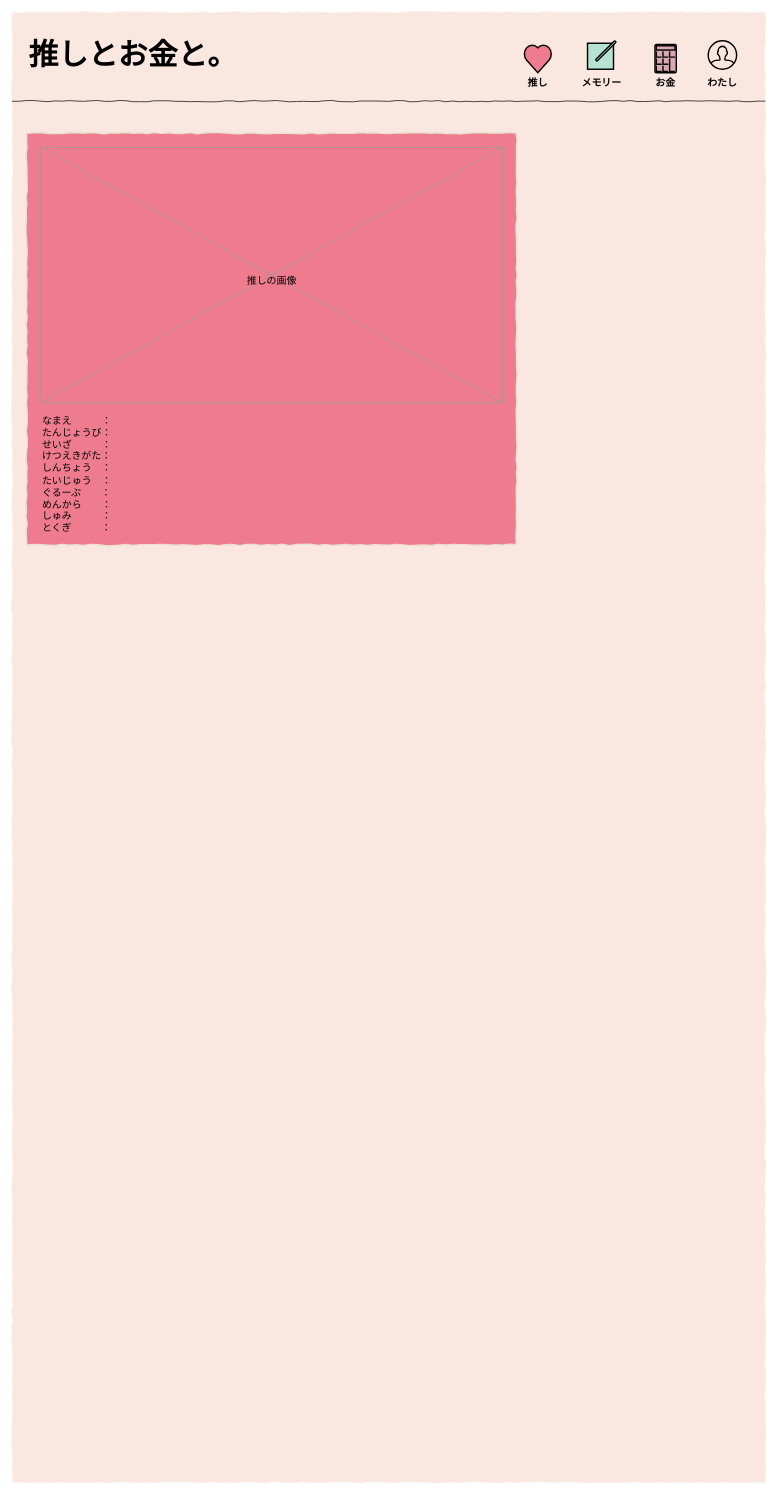
Earlier version of the draw.io diagram page "メモリー" (3 of 4) of Untitled Diagram.drawio (yuko-miyamoto/Laravel_10). Source tidied: cells renumbered, new cells numbered last; positions are measured from the earlier drawing's top-left corner, leaving out a move shared by most shapes. Both pictures are drawn from the tidied source at 71%, with x=0, y=0 at pixel (12, 12). Pictures stored in the file or linked from it are replaced by grey dashed boxes.
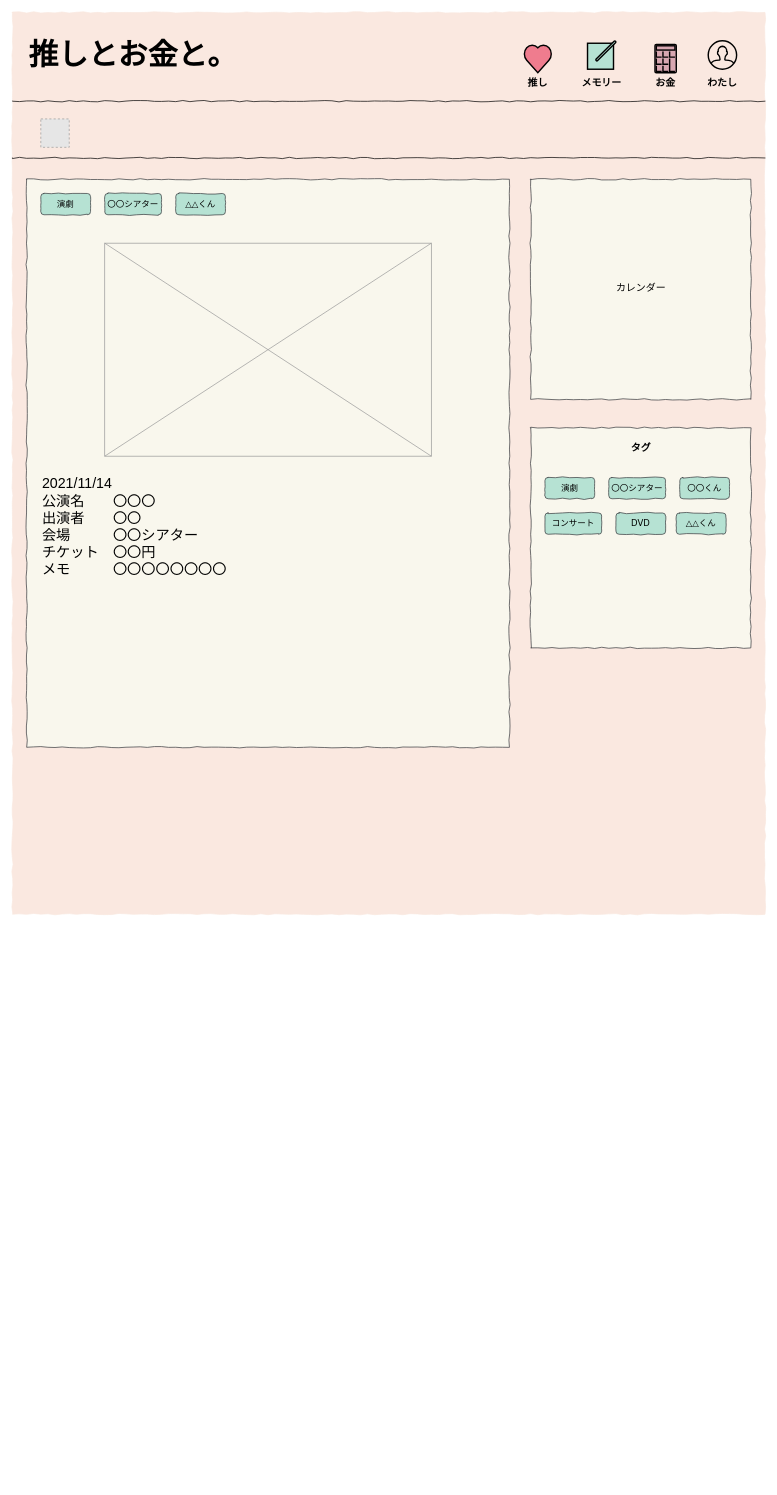
The same diagram, later.

Change to the diagram source:
```diff
@@
     <mxCell id="2" style="whiteSpace=wrap;html=1;rounded=0;shadow=0;labelBackgroundColor=none;strokeWidth=1;fontFamily=Verdana;fontSize=12;align=center;comic=1;strokeColor=#FAE8E0;fillColor=#FAE8E0;fontColor=#ffffff;" parent="1" vertex="1">
-      <mxGeometry width="1060" height="2070" as="geometry" />
+      <mxGeometry width="1060" height="1270" as="geometry" />
     </mxCell>
+    <mxCell id="17" style="whiteSpace=wrap;html=1;rounded=0;shadow=0;labelBackgroundColor=none;strokeWidth=1;fontFamily=Verdana;fontSize=12;align=center;comic=1;fillColor=#F9F7ED;strokeColor=#36393d;" parent="1" vertex="1">
+      <mxGeometry x="730" y="585" width="310" height="310" as="geometry" />
+    </mxCell>
@@
-    <mxCell id="7" style="whiteSpace=wrap;html=1;rounded=0;shadow=0;labelBackgroundColor=none;strokeWidth=2;fontFamily=Verdana;fontSize=12;align=center;comic=1;perimeterSpacing=0;strokeColor=#EBE0D0;fillColor=#EF7C8E;" parent="1" vertex="1">
-      <mxGeometry x="20" y="170" width="690" height="580" as="geometry" />
-    </mxCell>
-    <mxCell id="8" style="verticalLabelPosition=bottom;shadow=0;dashed=0;align=center;html=1;verticalAlign=top;strokeWidth=1;shape=mxgraph.mockup.graphics.simpleIcon;strokeColor=#999999;rounded=1;fontSize=18;fillColor=none;" parent="1" vertex="1">
-      <mxGeometry x="40" y="190" width="650" height="360" as="geometry" />
-    </mxCell>
@@
-    <mxCell id="14" value="推しの画像" style="text;html=1;align=center;verticalAlign=middle;spacingTop=-4;fontSize=14;fontFamily=Verdana;" parent="1" vertex="1">
-      <mxGeometry x="280" y="370" width="170" height="20" as="geometry" />
-    </mxCell>
-    <mxCell id="15" value="&lt;div style=&quot;font-size: 14px&quot;&gt;&lt;span style=&quot;font-weight: normal ; font-size: 14px&quot;&gt;&lt;font style=&quot;font-size: 14px&quot;&gt;なまえ　　　：&lt;/font&gt;&lt;/span&gt;&lt;/div&gt;&lt;div style=&quot;font-size: 14px&quot;&gt;&lt;span style=&quot;font-weight: normal ; font-size: 14px&quot;&gt;&lt;font style=&quot;font-size: 14px&quot;&gt;たんじょうび：&lt;/font&gt;&lt;/span&gt;&lt;/div&gt;&lt;div style=&quot;font-size: 14px&quot;&gt;&lt;span style=&quot;font-weight: normal ; font-size: 14px&quot;&gt;&lt;font style=&quot;font-size: 14px&quot;&gt;せいざ　　　：&lt;/font&gt;&lt;/span&gt;&lt;/div&gt;&lt;div style=&quot;font-size: 14px&quot;&gt;&lt;span style=&quot;font-weight: normal ; font-size: 14px&quot;&gt;&lt;font style=&quot;font-size: 14px&quot;&gt;けつえきがた：&lt;/font&gt;&lt;/span&gt;&lt;/div&gt;&lt;div style=&quot;font-size: 14px&quot;&gt;&lt;span style=&quot;font-weight: normal ; font-size: 14px&quot;&gt;&lt;font style=&quot;font-size: 14px&quot;&gt;しんちょう　：&lt;/font&gt;&lt;/span&gt;&lt;/div&gt;&lt;div style=&quot;font-size: 14px&quot;&gt;&lt;span style=&quot;font-weight: normal ; font-size: 14px&quot;&gt;&lt;font style=&quot;font-size: 14px&quot;&gt;たいじゅう　：&lt;/font&gt;&lt;/span&gt;&lt;/div&gt;&lt;div style=&quot;font-size: 14px&quot;&gt;&lt;span style=&quot;font-weight: normal ; font-size: 14px&quot;&gt;&lt;font style=&quot;font-size: 14px&quot;&gt;ぐるーぷ　　：&lt;/font&gt;&lt;/span&gt;&lt;/div&gt;&lt;div style=&quot;font-size: 14px&quot;&gt;&lt;span style=&quot;font-weight: normal ; font-size: 14px&quot;&gt;&lt;font style=&quot;font-size: 14px&quot;&gt;めんから　　：&lt;/font&gt;&lt;/span&gt;&lt;/div&gt;&lt;div style=&quot;font-size: 14px&quot;&gt;&lt;span style=&quot;font-weight: normal ; font-size: 14px&quot;&gt;&lt;font style=&quot;font-size: 14px&quot;&gt;しゅみ　　　：&lt;/font&gt;&lt;/span&gt;&lt;/div&gt;&lt;div style=&quot;font-size: 14px&quot;&gt;&lt;span style=&quot;font-weight: 400&quot;&gt;とくぎ　　　：&lt;/span&gt;&lt;/div&gt;" style="text;strokeColor=none;fillColor=none;html=1;fontSize=14;fontStyle=1;verticalAlign=top;align=left;rounded=0;shadow=0;labelBackgroundColor=none;sketch=0;" parent="1" vertex="1">
-      <mxGeometry x="40" y="560" width="240" height="180" as="geometry" />
-    </mxCell>
@@
+    <mxCell id="18" style="whiteSpace=wrap;html=1;rounded=0;shadow=0;labelBackgroundColor=none;strokeWidth=1;fontFamily=Verdana;fontSize=12;align=center;comic=1;fillColor=#F9F7ED;strokeColor=#36393d;" parent="1" vertex="1">
+      <mxGeometry x="730" y="235" width="310" height="310" as="geometry" />
+    </mxCell>
+    <mxCell id="19" value="カレンダー" style="text;html=1;align=center;verticalAlign=middle;spacingTop=-4;fontSize=14;fontFamily=Verdana;" parent="1" vertex="1">
+      <mxGeometry x="800" y="380" width="170" height="20" as="geometry" />
+    </mxCell>
+    <mxCell id="20" value="演劇" style="whiteSpace=wrap;html=1;rounded=1;shadow=0;labelBackgroundColor=none;strokeWidth=1;fontFamily=Verdana;fontSize=12;align=center;comic=1;fillColor=#B6E2D3;strokeColor=#36393d;" parent="1" vertex="1">
+      <mxGeometry x="750" y="655" width="70" height="30" as="geometry" />
+    </mxCell>
+    <mxCell id="21" value="〇〇シアター" style="whiteSpace=wrap;html=1;rounded=1;shadow=0;labelBackgroundColor=none;strokeWidth=1;fontFamily=Verdana;fontSize=12;align=center;comic=1;fillColor=#B6E2D3;strokeColor=#36393d;" parent="1" vertex="1">
+      <mxGeometry x="840" y="655" width="80" height="30" as="geometry" />
+    </mxCell>
+    <mxCell id="22" value="〇〇くん" style="whiteSpace=wrap;html=1;rounded=1;shadow=0;labelBackgroundColor=none;strokeWidth=1;fontFamily=Verdana;fontSize=12;align=center;comic=1;fillColor=#B6E2D3;strokeColor=#36393d;" parent="1" vertex="1">
+      <mxGeometry x="940" y="655" width="70" height="30" as="geometry" />
+    </mxCell>
+    <mxCell id="23" style="whiteSpace=wrap;html=1;rounded=0;shadow=0;labelBackgroundColor=none;strokeWidth=1;fontFamily=Verdana;fontSize=12;align=center;comic=1;fillColor=#F9F7ED;strokeColor=#36393d;" parent="1" vertex="1">
+      <mxGeometry x="20" y="235" width="680" height="800" as="geometry" />
+    </mxCell>
+    <mxCell id="24" style="verticalLabelPosition=bottom;shadow=0;dashed=0;align=center;html=1;verticalAlign=top;strokeWidth=1;shape=mxgraph.mockup.graphics.simpleIcon;strokeColor=#999999;rounded=1;fontSize=18;fillColor=none;" parent="1" vertex="1">
+      <mxGeometry x="130" y="325" width="460" height="300" as="geometry" />
+    </mxCell>
+    <mxCell id="25" value="タグ" style="text;html=1;align=center;verticalAlign=middle;spacingTop=-4;fontSize=14;fontFamily=Verdana;fontStyle=1;" parent="1" vertex="1">
+      <mxGeometry x="800" y="605" width="170" height="20" as="geometry" />
+    </mxCell>
+    <mxCell id="26" value="コンサート" style="whiteSpace=wrap;html=1;rounded=1;shadow=0;labelBackgroundColor=none;strokeWidth=1;fontFamily=Verdana;fontSize=12;align=center;comic=1;fillColor=#B6E2D3;strokeColor=#36393d;" parent="1" vertex="1">
+      <mxGeometry x="750" y="705" width="80" height="30" as="geometry" />
+    </mxCell>
+    <mxCell id="27" value="DVD" style="whiteSpace=wrap;html=1;rounded=1;shadow=0;labelBackgroundColor=none;strokeWidth=1;fontFamily=Verdana;fontSize=12;align=center;comic=1;fillColor=#B6E2D3;strokeColor=#36393d;" parent="1" vertex="1">
+      <mxGeometry x="850" y="705" width="70" height="30" as="geometry" />
+    </mxCell>
+    <mxCell id="28" value="△△くん" style="whiteSpace=wrap;html=1;rounded=1;shadow=0;labelBackgroundColor=none;strokeWidth=1;fontFamily=Verdana;fontSize=12;align=center;comic=1;fillColor=#B6E2D3;strokeColor=#36393d;" parent="1" vertex="1">
+      <mxGeometry x="935" y="705" width="70" height="30" as="geometry" />
+    </mxCell>
+    <mxCell id="29" value="演劇" style="whiteSpace=wrap;html=1;rounded=1;shadow=0;labelBackgroundColor=none;strokeWidth=1;fontFamily=Verdana;fontSize=12;align=center;comic=1;fillColor=#B6E2D3;strokeColor=#36393d;" parent="1" vertex="1">
+      <mxGeometry x="40" y="255" width="70" height="30" as="geometry" />
+    </mxCell>
+    <mxCell id="30" value="〇〇シアター" style="whiteSpace=wrap;html=1;rounded=1;shadow=0;labelBackgroundColor=none;strokeWidth=1;fontFamily=Verdana;fontSize=12;align=center;comic=1;fillColor=#B6E2D3;strokeColor=#36393d;" parent="1" vertex="1">
+      <mxGeometry x="130" y="255" width="80" height="30" as="geometry" />
+    </mxCell>
+    <mxCell id="31" value="△△くん" style="whiteSpace=wrap;html=1;rounded=1;shadow=0;labelBackgroundColor=none;strokeWidth=1;fontFamily=Verdana;fontSize=12;align=center;comic=1;fillColor=#B6E2D3;strokeColor=#36393d;" parent="1" vertex="1">
+      <mxGeometry x="230" y="255" width="70" height="30" as="geometry" />
+    </mxCell>
+    <mxCell id="32" value="2021/11/14&lt;br style=&quot;font-size: 20px&quot;&gt;公演名　　〇〇〇&lt;br style=&quot;font-size: 20px&quot;&gt;出演者　　〇〇&lt;br style=&quot;font-size: 20px&quot;&gt;会場　　　〇〇シアター&lt;br style=&quot;font-size: 20px&quot;&gt;チケット　〇〇円&lt;br style=&quot;font-size: 20px&quot;&gt;&lt;div style=&quot;font-size: 20px&quot;&gt;&lt;span style=&quot;font-size: 20px&quot;&gt;メモ　　　〇〇〇〇〇〇〇〇&lt;/span&gt;&lt;/div&gt;" style="text;html=1;strokeColor=none;fillColor=none;align=left;verticalAlign=top;whiteSpace=wrap;rounded=0;shadow=1;glass=0;sketch=0;fontSize=20;fontColor=#000000;" parent="1" vertex="1">
+      <mxGeometry x="40" y="645" width="640" height="350" as="geometry" />
+    </mxCell>
+    <mxCell id="33" style="line;strokeWidth=1;html=1;rounded=0;shadow=0;labelBackgroundColor=none;fillColor=none;fontFamily=Verdana;fontSize=14;fontColor=#000000;align=center;comic=1;" parent="1" vertex="1">
+      <mxGeometry y="200" width="1060" height="10" as="geometry" />
+    </mxCell>
+    <mxCell id="34" style="fillColor=#E6E6E6;strokeColor=#999999;dashed=1;html=1;verticalAlign=top;verticalLabelPosition=bottom;labelBackgroundColor=#ffffff;fontSize=14;fontColor=#000000;" parent="1" vertex="1">
+      <mxGeometry x="40" y="150" width="40" height="40" as="geometry" />
+    </mxCell>
```
